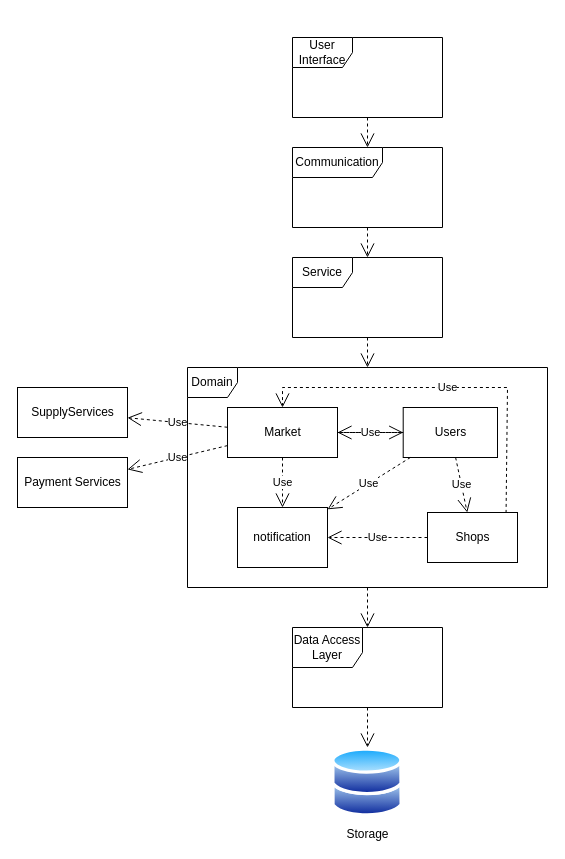
This is page "architectureModel" (2 of 5) of docs/workshop.drawio from ShayHav/Workshop, a draw.io file, before an edit. Source tidied: cells renumbered, new cells numbered last; positions are measured from the earlier drawing's top-left corner, leaving out a move shared by most shapes. Both pictures are drawn from the tidied source at 100%, with x=0, y=0 at pixel (17, 37).
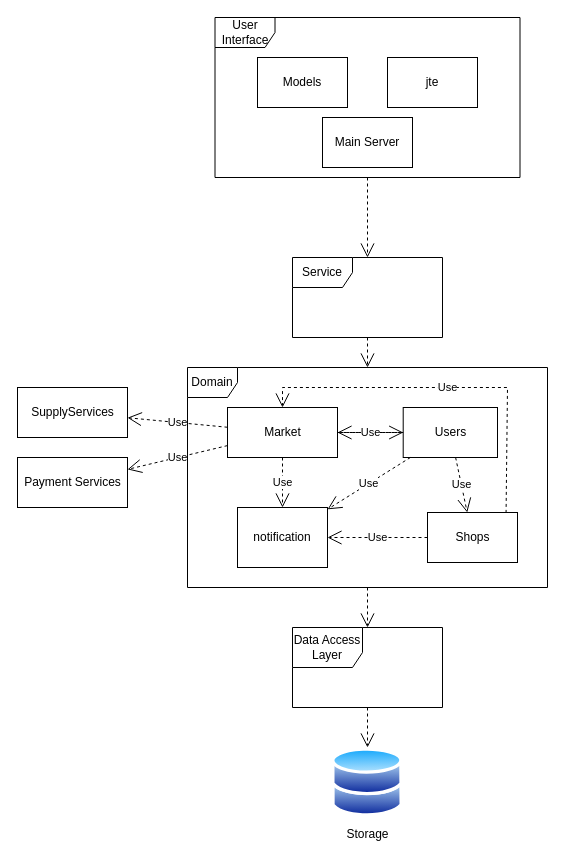
The same diagram, later.

The change refers to these unchanged cells:
```xml
<mxCell id="12" value="Service" style="shape=umlFrame;whiteSpace=wrap;html=1;strokeColor=default;fillColor=none;" parent="1" vertex="1">
  <mxGeometry x="275" y="220" width="150" height="80" as="geometry" />
</mxCell>
```

Diff of the diagram source:
```diff
@@
     <mxCell id="13" value="User Interface" style="shape=umlFrame;whiteSpace=wrap;html=1;strokeColor=default;fillColor=none;" parent="1" vertex="1">
-      <mxGeometry x="275" width="150" height="80" as="geometry" />
+      <mxGeometry x="197.5" y="-20" width="305" height="160" as="geometry" />
     </mxCell>
@@
-    <mxCell id="16" value="Communication" style="shape=umlFrame;whiteSpace=wrap;html=1;strokeColor=default;fillColor=none;width=90;height=30;" parent="1" vertex="1">
-      <mxGeometry x="275" y="110" width="150" height="80" as="geometry" />
-    </mxCell>
-    <mxCell id="17" style="endArrow=open;endFill=1;endSize=12;html=1;rounded=0;dashed=1;strokeWidth=1;" parent="1" edge="1" source="13" target="16">
-      <mxGeometry relative="1" as="geometry" />
-    </mxCell>
-    <mxCell id="18" style="endArrow=open;endFill=1;endSize=12;html=1;rounded=0;dashed=1;strokeWidth=1;" parent="1" edge="1" source="16" target="12">
+    <mxCell id="18" style="endArrow=open;endFill=1;endSize=12;html=1;rounded=0;dashed=1;strokeWidth=1;" parent="1" edge="1" source="13" target="12">
       <mxGeometry relative="1" as="geometry" />
     </mxCell>
@@
+    <mxCell id="28" value="Models" style="rounded=0;whiteSpace=wrap;html=1;" parent="1" vertex="1">
+      <mxGeometry x="240" y="20" width="90" height="50" as="geometry" />
+    </mxCell>
+    <mxCell id="29" value="jte" style="rounded=0;whiteSpace=wrap;html=1;" parent="1" vertex="1">
+      <mxGeometry x="370" y="20" width="90" height="50" as="geometry" />
+    </mxCell>
+    <mxCell id="30" value="Main Server" style="rounded=0;whiteSpace=wrap;html=1;" parent="1" vertex="1">
+      <mxGeometry x="305" y="80" width="90" height="50" as="geometry" />
+    </mxCell>
```
